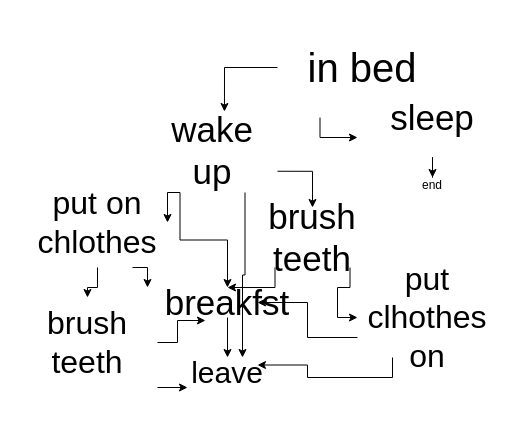
This is Untitled Diagram.drawio from cereal-killer-11/first-day, a draw.io file, before an edit. Source tidied: cells renumbered, new cells numbered last; positions are measured from the earlier drawing's top-left corner, leaving out a move shared by most shapes. Both pictures are drawn from the tidied source at 100%, with x=0, y=0 at pixel (17, 17).
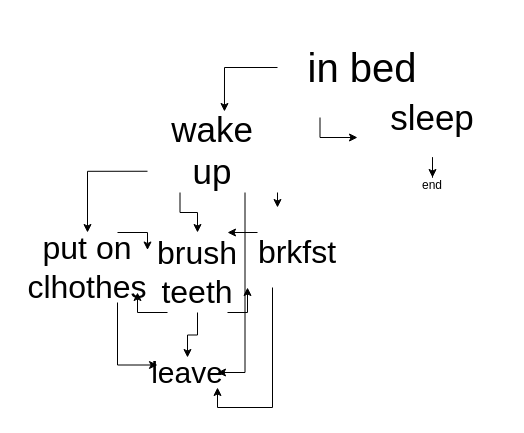
Above is the later version.

The change refers to these unchanged cells:
```xml
<mxCell id="3" value="&lt;font style=&quot;font-size: 40px;&quot;&gt;in bed&lt;/font&gt;" style="text;html=1;align=center;verticalAlign=middle;whiteSpace=wrap;rounded=0;" parent="1" vertex="1">
  <mxGeometry x="260" width="170" height="100" as="geometry" />
</mxCell>
<mxCell id="10" value="&lt;font style=&quot;font-size: 35px;&quot;&gt;wake up&lt;/font&gt;" style="text;html=1;align=center;verticalAlign=middle;whiteSpace=wrap;rounded=0;" parent="1" vertex="1">
  <mxGeometry x="130" y="90" width="130" height="85" as="geometry" />
</mxCell>
```

Change to the diagram source:
```diff
@@
-    <mxCell id="6" style="edgeStyle=orthogonalEdgeStyle;rounded=0;jettySize=auto;html=1;exitX=0.25;exitY=1;exitDx=0;exitDy=0;entryX=1;entryY=0.5;entryDx=0;entryDy=0;" parent="1" edge="1" source="10" target="13">
-      <mxGeometry relative="1" as="geometry" />
-    </mxCell>
-    <mxCell id="7" style="edgeStyle=orthogonalEdgeStyle;rounded=0;jettySize=auto;html=1;exitX=0.25;exitY=1;exitDx=0;exitDy=0;entryX=0.5;entryY=0;entryDx=0;entryDy=0;" parent="1" edge="1" source="10" target="23">
-      <mxGeometry relative="1" as="geometry" />
-    </mxCell>
+    <mxCell id="28" style="edgeStyle=orthogonalEdgeStyle;rounded=0;jettySize=auto;html=1;exitX=1;exitY=1;exitDx=0;exitDy=0;" parent="1" edge="1" source="10">
+      <mxGeometry relative="1" as="geometry">
+        <mxPoint x="260" y="190" as="targetPoint" />
+      </mxGeometry>
+    </mxCell>
+    <mxCell id="29" style="edgeStyle=orthogonalEdgeStyle;rounded=0;jettySize=auto;html=1;exitX=0.25;exitY=1;exitDx=0;exitDy=0;entryX=0.5;entryY=0;entryDx=0;entryDy=0;" parent="1" edge="1" source="10" target="21">
+      <mxGeometry relative="1" as="geometry" />
+    </mxCell>
+    <mxCell id="30" style="edgeStyle=orthogonalEdgeStyle;rounded=0;jettySize=auto;html=1;exitX=0;exitY=0.75;exitDx=0;exitDy=0;entryX=0.5;entryY=0;entryDx=0;entryDy=0;" parent="1" edge="1" source="10" target="36">
+      <mxGeometry relative="1" as="geometry" />
+    </mxCell>
-    <mxCell id="8" style="edgeStyle=orthogonalEdgeStyle;rounded=0;jettySize=auto;html=1;exitX=0.75;exitY=1;exitDx=0;exitDy=0;entryX=0.75;entryY=0;entryDx=0;entryDy=0;" parent="1" edge="1" source="10" target="25">
+    <mxCell id="8" style="edgeStyle=orthogonalEdgeStyle;rounded=0;jettySize=auto;html=1;exitX=0.75;exitY=1;exitDx=0;exitDy=0;entryX=1;entryY=0.5;entryDx=0;entryDy=0;" parent="1" edge="1" source="10" target="25">
       <mxGeometry relative="1" as="geometry" />
     </mxCell>
-    <mxCell id="9" style="edgeStyle=orthogonalEdgeStyle;rounded=0;jettySize=auto;html=1;exitX=1;exitY=0.75;exitDx=0;exitDy=0;entryX=0.5;entryY=0;entryDx=0;entryDy=0;" parent="1" edge="1" source="10" target="16">
-      <mxGeometry relative="1" as="geometry" />
-    </mxCell>
@@
-    <mxCell id="11" style="edgeStyle=orthogonalEdgeStyle;rounded=0;jettySize=auto;html=1;exitX=0.5;exitY=1;exitDx=0;exitDy=0;" parent="1" edge="1" source="13" target="21">
-      <mxGeometry relative="1" as="geometry" />
-    </mxCell>
-    <mxCell id="12" style="edgeStyle=orthogonalEdgeStyle;rounded=0;jettySize=auto;html=1;exitX=0.75;exitY=1;exitDx=0;exitDy=0;" parent="1" edge="1" source="13">
-      <mxGeometry relative="1" as="geometry">
-        <mxPoint x="130" y="270" as="targetPoint" />
-      </mxGeometry>
-    </mxCell>
-    <mxCell id="13" value="&lt;font style=&quot;font-size: 32px;&quot;&gt;put on chlothes&lt;/font&gt;" style="text;html=1;align=center;verticalAlign=middle;whiteSpace=wrap;rounded=0;" parent="1" vertex="1">
-      <mxGeometry x="10" y="160" width="140" height="90" as="geometry" />
-    </mxCell>
-    <mxCell id="14" style="edgeStyle=orthogonalEdgeStyle;rounded=0;jettySize=auto;html=1;exitX=0.75;exitY=1;exitDx=0;exitDy=0;entryX=0;entryY=0.5;entryDx=0;entryDy=0;" parent="1" edge="1" source="16" target="19">
-      <mxGeometry relative="1" as="geometry" />
-    </mxCell>
-    <mxCell id="15" style="edgeStyle=orthogonalEdgeStyle;rounded=0;jettySize=auto;html=1;exitX=0.25;exitY=1;exitDx=0;exitDy=0;" parent="1" edge="1" source="16" target="23">
-      <mxGeometry relative="1" as="geometry" />
-    </mxCell>
-    <mxCell id="16" value="&lt;font style=&quot;font-size: 35px;&quot;&gt;brush teeth&lt;/font&gt;" style="text;html=1;align=center;verticalAlign=middle;whiteSpace=wrap;rounded=0;" parent="1" vertex="1">
-      <mxGeometry x="220" y="190" width="150" height="60" as="geometry" />
-    </mxCell>
-    <mxCell id="17" style="edgeStyle=orthogonalEdgeStyle;rounded=0;jettySize=auto;html=1;exitX=0;exitY=0.75;exitDx=0;exitDy=0;" parent="1" edge="1" source="19" target="23">
-      <mxGeometry relative="1" as="geometry" />
-    </mxCell>
-    <mxCell id="18" style="edgeStyle=orthogonalEdgeStyle;rounded=0;jettySize=auto;html=1;exitX=0.25;exitY=1;exitDx=0;exitDy=0;entryX=1;entryY=0.25;entryDx=0;entryDy=0;" parent="1" edge="1" source="19" target="25">
-      <mxGeometry relative="1" as="geometry" />
-    </mxCell>
-    <mxCell id="19" value="&lt;font style=&quot;font-size: 32px;&quot;&gt;put clhothes on &lt;/font&gt;" style="text;html=1;align=center;verticalAlign=middle;whiteSpace=wrap;rounded=0;" parent="1" vertex="1">
-      <mxGeometry x="340" y="260" width="140" height="80" as="geometry" />
-    </mxCell>
-    <mxCell id="20" style="edgeStyle=orthogonalEdgeStyle;rounded=0;jettySize=auto;html=1;exitX=1;exitY=1;exitDx=0;exitDy=0;" parent="1" edge="1" source="21">
-      <mxGeometry relative="1" as="geometry">
-        <mxPoint x="170" y="370" as="targetPoint" />
-      </mxGeometry>
-    </mxCell>
+    <mxCell id="24" value="&lt;div&gt;end&lt;/div&gt;&lt;div&gt;&lt;br&gt;&lt;/div&gt;" style="text;html=1;align=center;verticalAlign=middle;whiteSpace=wrap;rounded=0;" parent="1" vertex="1">
+      <mxGeometry x="385" y="160" width="60" height="30" as="geometry" />
+    </mxCell>
+    <mxCell id="27" style="edgeStyle=orthogonalEdgeStyle;rounded=0;jettySize=auto;html=1;exitX=0;exitY=0.5;exitDx=0;exitDy=0;entryX=0.592;entryY=0.047;entryDx=0;entryDy=0;entryPerimeter=0;" parent="1" edge="1" source="3" target="10">
+      <mxGeometry relative="1" as="geometry" />
+    </mxCell>
+    <mxCell id="31" style="edgeStyle=orthogonalEdgeStyle;rounded=0;jettySize=auto;html=1;exitX=0.25;exitY=1;exitDx=0;exitDy=0;entryX=1;entryY=1;entryDx=0;entryDy=0;" parent="1" edge="1" source="32" target="25">
+      <mxGeometry relative="1" as="geometry" />
+    </mxCell>
+    <mxCell id="32" value="&lt;font style=&quot;font-size: 32px;&quot;&gt;brkfst&lt;/font&gt;" style="text;html=1;align=center;verticalAlign=middle;whiteSpace=wrap;rounded=0;" parent="1" vertex="1">
+      <mxGeometry x="230" y="200" width="100" height="70" as="geometry" />
+    </mxCell>
+    <mxCell id="33" style="edgeStyle=orthogonalEdgeStyle;rounded=0;jettySize=auto;html=1;exitX=0.5;exitY=1;exitDx=0;exitDy=0;entryX=0.5;entryY=0;entryDx=0;entryDy=0;" parent="1" edge="1" source="21" target="25">
+      <mxGeometry relative="1" as="geometry" />
+    </mxCell>
+    <mxCell id="34" style="edgeStyle=orthogonalEdgeStyle;rounded=0;jettySize=auto;html=1;exitX=0.75;exitY=1;exitDx=0;exitDy=0;entryX=0;entryY=1;entryDx=0;entryDy=0;" parent="1" edge="1" source="21" target="32">
+      <mxGeometry relative="1" as="geometry" />
+    </mxCell>
     <mxCell id="21" value="&lt;font style=&quot;font-size: 32px;&quot;&gt;brush teeth&lt;/font&gt;" style="text;html=1;align=center;verticalAlign=middle;whiteSpace=wrap;rounded=0;" parent="1" vertex="1">
-      <mxGeometry y="280" width="140" height="90" as="geometry" />
+      <mxGeometry x="120" y="215" width="120" height="80" as="geometry" />
     </mxCell>
-    <mxCell id="22" style="edgeStyle=orthogonalEdgeStyle;rounded=0;jettySize=auto;html=1;exitX=0.5;exitY=1;exitDx=0;exitDy=0;" parent="1" edge="1" source="23" target="25">
-      <mxGeometry relative="1" as="geometry" />
-    </mxCell>
-    <mxCell id="23" value="&lt;font style=&quot;font-size: 35px;&quot;&gt;breakfst&lt;/font&gt;" style="text;html=1;align=center;verticalAlign=middle;whiteSpace=wrap;rounded=0;" parent="1" vertex="1">
-      <mxGeometry x="180" y="270" width="60" height="30" as="geometry" />
-    </mxCell>
-    <mxCell id="24" value="&lt;div&gt;end&lt;/div&gt;&lt;div&gt;&lt;br&gt;&lt;/div&gt;" style="text;html=1;align=center;verticalAlign=middle;whiteSpace=wrap;rounded=0;" parent="1" vertex="1">
-      <mxGeometry x="385" y="160" width="60" height="30" as="geometry" />
-    </mxCell>
+    <mxCell id="35" style="edgeStyle=orthogonalEdgeStyle;rounded=0;jettySize=auto;html=1;exitX=0.75;exitY=1;exitDx=0;exitDy=0;entryX=0;entryY=0.25;entryDx=0;entryDy=0;" parent="1" edge="1" source="36" target="25">
+      <mxGeometry relative="1" as="geometry" />
+    </mxCell>
+    <mxCell id="36" value="&lt;font style=&quot;font-size: 32px;&quot;&gt;put on clhothes&lt;/font&gt;" style="text;html=1;align=center;verticalAlign=middle;whiteSpace=wrap;rounded=0;" parent="1" vertex="1">
+      <mxGeometry x="10" y="215" width="120" height="70" as="geometry" />
+    </mxCell>
     <mxCell id="25" value="&lt;font style=&quot;font-size: 30px;&quot;&gt;leave&lt;/font&gt;" style="text;html=1;align=center;verticalAlign=middle;whiteSpace=wrap;rounded=0;" parent="1" vertex="1">
-      <mxGeometry x="180" y="340" width="60" height="30" as="geometry" />
+      <mxGeometry x="140" y="340" width="60" height="30" as="geometry" />
     </mxCell>
-    <mxCell id="26" style="edgeStyle=orthogonalEdgeStyle;rounded=0;jettySize=auto;html=1;exitX=1;exitY=0.5;exitDx=0;exitDy=0;entryX=0.133;entryY=1.1;entryDx=0;entryDy=0;entryPerimeter=0;" parent="1" edge="1" source="21" target="23">
-      <mxGeometry relative="1" as="geometry" />
-    </mxCell>
-    <mxCell id="27" style="edgeStyle=orthogonalEdgeStyle;rounded=0;jettySize=auto;html=1;exitX=0;exitY=0.5;exitDx=0;exitDy=0;entryX=0.592;entryY=0.047;entryDx=0;entryDy=0;entryPerimeter=0;" parent="1" edge="1" source="3" target="10">
-      <mxGeometry relative="1" as="geometry" />
-    </mxCell>
+    <mxCell id="37" style="edgeStyle=orthogonalEdgeStyle;rounded=0;orthogonalLoop=1;jettySize=auto;html=1;exitX=0.75;exitY=0;exitDx=0;exitDy=0;entryX=1;entryY=0.25;entryDx=0;entryDy=0;" parent="1" edge="1" source="36" target="36">
+      <mxGeometry relative="1" as="geometry" />
+    </mxCell>
+    <mxCell id="38" style="edgeStyle=orthogonalEdgeStyle;rounded=0;orthogonalLoop=1;jettySize=auto;html=1;exitX=1;exitY=0;exitDx=0;exitDy=0;entryX=0.75;entryY=0;entryDx=0;entryDy=0;" parent="1" edge="1" source="21" target="21">
+      <mxGeometry relative="1" as="geometry" />
+    </mxCell>
+    <mxCell id="39" style="edgeStyle=orthogonalEdgeStyle;rounded=0;orthogonalLoop=1;jettySize=auto;html=1;exitX=0.25;exitY=1;exitDx=0;exitDy=0;entryX=0;entryY=0.75;entryDx=0;entryDy=0;" parent="1" edge="1" source="21" target="21">
+      <mxGeometry relative="1" as="geometry" />
+    </mxCell>
```
